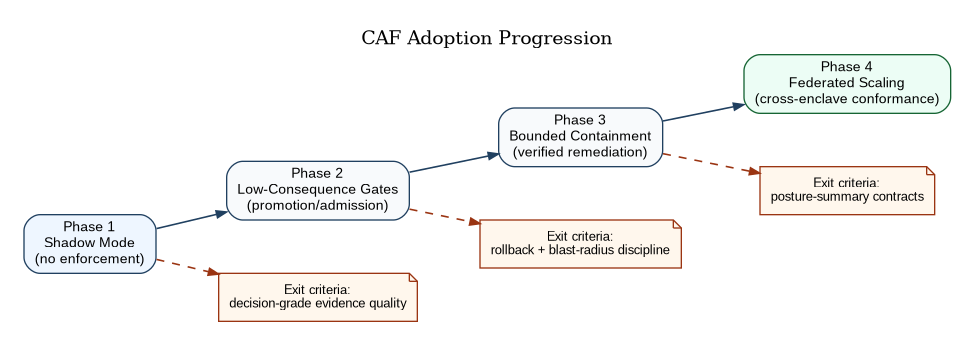
Earlier version of the Graphviz export papers/caf-ra/diagrams/caf_adoption_phases.png (anboas/Whitepaper). Its source is kept beside it as papers/caf-ra/diagrams-src/caf_adoption_phases.dot. Its diagram source:
```dot
digraph CAFAdoption {
  rankdir=LR;
  graph [bgcolor="white", pad="0.25", nodesep="0.55", ranksep="0.65", labelloc="t", label="CAF Adoption Progression"];
  node [shape=box, style="rounded,filled", fillcolor="#F8FAFC", color="#204060", fontname="Arial", fontsize=10.5];
  edge [color="#204060", arrowsize=0.75, penwidth=1.2];

  P1 [label="Phase 1\nShadow Mode\n(no enforcement)", fillcolor="#EEF6FF"];
  P2 [label="Phase 2\nLow-Consequence Gates\n(promotion/admission)"];
  P3 [label="Phase 3\nBounded Containment\n(verified remediation)"];
  P4 [label="Phase 4\nFederated Scaling\n(cross-enclave conformance)", fillcolor="#ECFDF5", color="#166534"];

  P1 -> P2 -> P3 -> P4;

  M1 [label="Exit criteria:\ndecision-grade evidence quality", shape=note, fillcolor="#FFF7ED", color="#9A3412", fontsize=9.5];
  M2 [label="Exit criteria:\nrollback + blast-radius discipline", shape=note, fillcolor="#FFF7ED", color="#9A3412", fontsize=9.5];
  M3 [label="Exit criteria:\nposture-summary contracts", shape=note, fillcolor="#FFF7ED", color="#9A3412", fontsize=9.5];

  P1 -> M1 [style=dashed, color="#9A3412"];
  P2 -> M2 [style=dashed, color="#9A3412"];
  P3 -> M3 [style=dashed, color="#9A3412"];
}
```
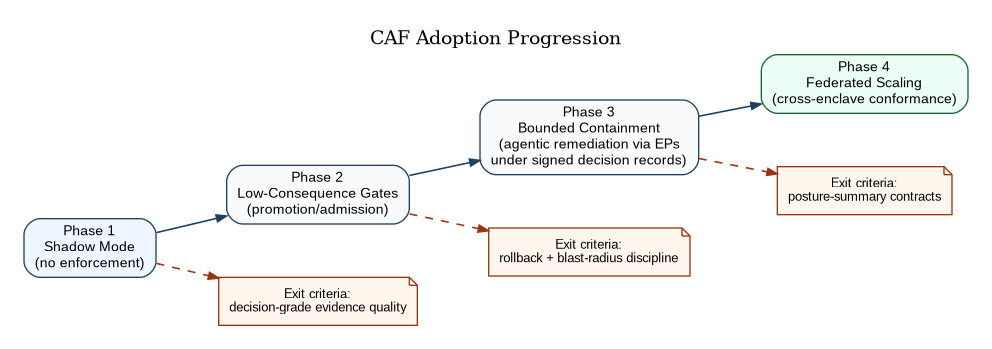
The same diagram one commit later.

The edit, as a diff of the source:
```diff
@@ -6,7 +6,7 @@
 
   P1 [label="Phase 1\nShadow Mode\n(no enforcement)", fillcolor="#EEF6FF"];
   P2 [label="Phase 2\nLow-Consequence Gates\n(promotion/admission)"];
-  P3 [label="Phase 3\nBounded Containment\n(verified remediation)"];
+  P3 [label="Phase 3\nBounded Containment\n(agentic remediation via EPs\nunder signed decision records)"];
   P4 [label="Phase 4\nFederated Scaling\n(cross-enclave conformance)", fillcolor="#ECFDF5", color="#166534"];
 
   P1 -> P2 -> P3 -> P4;
```
